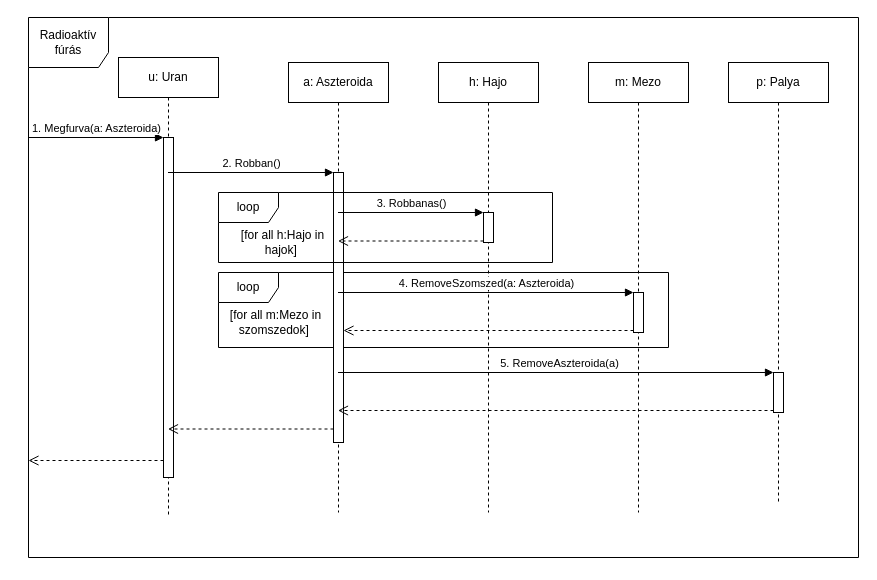
Above: page "Page-2" (2 of 2) of doc/szekvencia/szek_AsztFurasRadioaktiv.drawio in torpeBoiGo/aszteroidabanyaszat (draw.io), before the change. Source tidied: cells renumbered, new cells numbered last; positions are measured from the earlier drawing's top-left corner, leaving out a move shared by most shapes. Both pictures are drawn from the tidied source at 100%, with x=0, y=0 at pixel (28, 17).
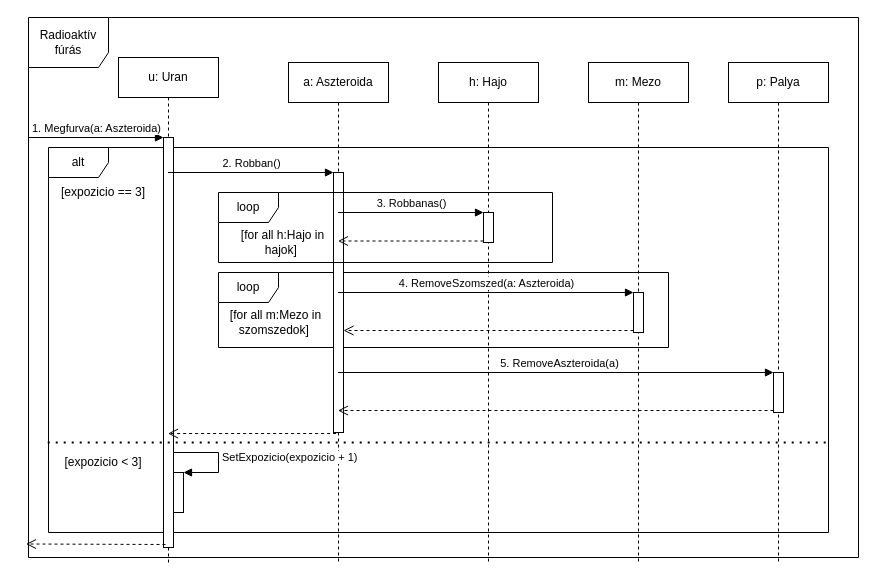
After the change.

Unchanged cells that the change refers to:
```xml
<mxCell id="2" value="Radioaktív&lt;br&gt;fúrás" style="shape=umlFrame;whiteSpace=wrap;html=1;width=80;height=50;" parent="1" vertex="1">
  <mxGeometry width="830" height="540" as="geometry" />
</mxCell>
```

What changed in the source:
```diff
@@
+    <mxCell id="27" value="alt" style="shape=umlFrame;whiteSpace=wrap;html=1;" parent="1" vertex="1">
+      <mxGeometry x="20" y="130" width="780" height="385" as="geometry" />
+    </mxCell>
@@
     <mxCell id="4" value="u: Uran" style="shape=umlLifeline;perimeter=lifelinePerimeter;whiteSpace=wrap;html=1;outlineConnect=0;" parent="1" vertex="1">
-      <mxGeometry x="90" y="40" width="100" height="460" as="geometry" />
+      <mxGeometry x="90" y="40" width="100" height="505" as="geometry" />
     </mxCell>
     <mxCell id="5" style="html=1;points=[];perimeter=orthogonalPerimeter;" parent="4" vertex="1">
-      <mxGeometry x="45" y="80" width="10" height="340" as="geometry" />
+      <mxGeometry x="45" y="80" width="10" height="410" as="geometry" />
     </mxCell>
@@
-    <mxCell id="7" style="html=1;verticalAlign=bottom;endArrow=open;dashed=1;endSize=8;exitX=0;exitY=0.95;" parent="4" edge="1" source="5">
-      <mxGeometry relative="1" as="geometry">
-        <mxPoint x="-90" y="403" as="targetPoint" />
-      </mxGeometry>
-    </mxCell>
     <mxCell id="8" value="a: Aszteroida" style="shape=umlLifeline;perimeter=lifelinePerimeter;whiteSpace=wrap;html=1;outlineConnect=0;" parent="1" vertex="1">
-      <mxGeometry x="260" y="45" width="100" height="450" as="geometry" />
+      <mxGeometry x="260" y="45" width="100" height="500" as="geometry" />
     </mxCell>
     <mxCell id="9" style="html=1;points=[];perimeter=orthogonalPerimeter;" parent="8" vertex="1">
-      <mxGeometry x="45" y="110" width="10" height="270" as="geometry" />
+      <mxGeometry x="45" y="110" width="10" height="260" as="geometry" />
     </mxCell>
-    <mxCell id="10" style="html=1;verticalAlign=bottom;endArrow=open;dashed=1;endSize=8;exitX=0;exitY=0.95;" parent="1" edge="1" source="9" target="4">
+    <mxCell id="10" style="html=1;verticalAlign=bottom;endArrow=open;dashed=1;endSize=8;exitX=0.26;exitY=1.004;exitDx=0;exitDy=0;exitPerimeter=0;" parent="1" edge="1" source="9" target="4">
       <mxGeometry x="-0.29" y="-16" relative="1" as="geometry" />
     </mxCell>
@@
     <mxCell id="12" value="h: Hajo" style="shape=umlLifeline;perimeter=lifelinePerimeter;whiteSpace=wrap;html=1;" parent="1" vertex="1">
-      <mxGeometry x="410" y="45" width="100" height="450" as="geometry" />
+      <mxGeometry x="410" y="45" width="100" height="500" as="geometry" />
     </mxCell>
@@
     <mxCell id="14" value="m: Mezo" style="shape=umlLifeline;perimeter=lifelinePerimeter;whiteSpace=wrap;html=1;" parent="1" vertex="1">
-      <mxGeometry x="560" y="45" width="100" height="450" as="geometry" />
+      <mxGeometry x="560" y="45" width="100" height="500" as="geometry" />
     </mxCell>
@@
     <mxCell id="16" value="p: Palya" style="shape=umlLifeline;perimeter=lifelinePerimeter;whiteSpace=wrap;html=1;" parent="1" vertex="1">
-      <mxGeometry x="700" y="45" width="100" height="440" as="geometry" />
+      <mxGeometry x="700" y="45" width="100" height="500" as="geometry" />
     </mxCell>
@@
+    <mxCell id="28" value="[expozicio == 3]" style="text;html=1;strokeColor=none;fillColor=none;align=center;verticalAlign=middle;whiteSpace=wrap;rounded=0;" parent="1" vertex="1">
+      <mxGeometry x="30" y="165" width="90" height="20" as="geometry" />
+    </mxCell>
+    <mxCell id="29" value="[expozicio &amp;lt; 3]" style="text;html=1;strokeColor=none;fillColor=none;align=center;verticalAlign=middle;whiteSpace=wrap;rounded=0;" parent="1" vertex="1">
+      <mxGeometry x="30" y="435" width="90" height="20" as="geometry" />
+    </mxCell>
+    <mxCell id="7" style="html=1;verticalAlign=bottom;endArrow=open;dashed=1;endSize=8;entryX=-0.003;entryY=0.975;entryDx=0;entryDy=0;entryPerimeter=0;" parent="1" edge="1" target="2">
+      <mxGeometry relative="1" as="geometry">
+        <mxPoint x="137" y="527" as="sourcePoint" />
+      </mxGeometry>
+    </mxCell>
+    <mxCell id="30" style="endArrow=none;dashed=1;html=1;dashPattern=1 3;strokeWidth=2;exitX=-0.001;exitY=0.766;exitDx=0;exitDy=0;exitPerimeter=0;entryX=1.003;entryY=0.766;entryDx=0;entryDy=0;entryPerimeter=0;" parent="1" edge="1" source="27" target="27">
+      <mxGeometry relative="1" as="geometry" />
+    </mxCell>
+    <mxCell id="31" value="SetExpozicio(expozicio + 1)" style="edgeStyle=orthogonalEdgeStyle;html=1;align=left;spacingLeft=2;endArrow=block;rounded=0;entryX=1;entryY=0;" parent="1" edge="1" source="5" target="32">
+      <mxGeometry relative="1" as="geometry">
+        <Array as="points">
+          <mxPoint x="190" y="435" />
+          <mxPoint x="190" y="455" />
+        </Array>
+      </mxGeometry>
+    </mxCell>
+    <mxCell id="32" style="html=1;points=[];perimeter=orthogonalPerimeter;" parent="1" vertex="1">
+      <mxGeometry x="145" y="455" width="10" height="40" as="geometry" />
+    </mxCell>
```
